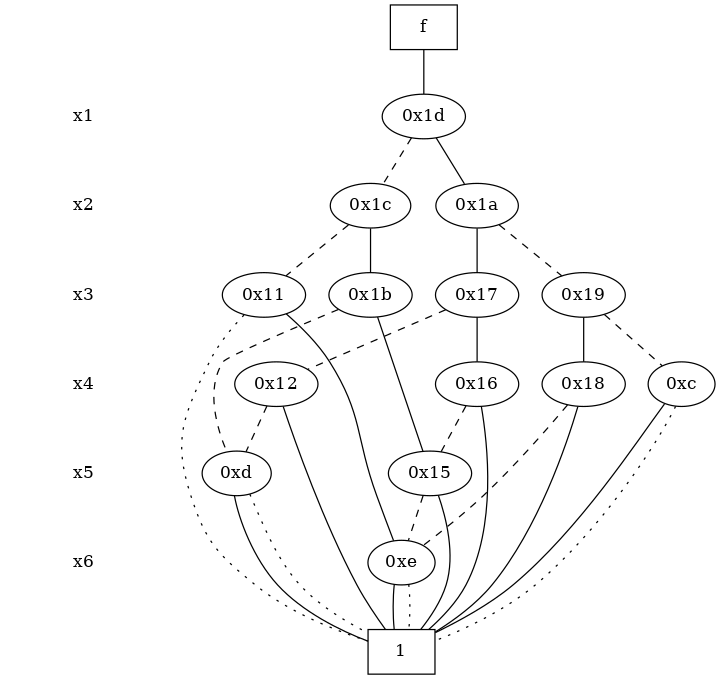
The Graphviz diagram expretest/original_bdd.png in loipsheng/cudd-3.0.0.1, before a commit. Its source is kept beside it as expretest/original_bdd.dot.
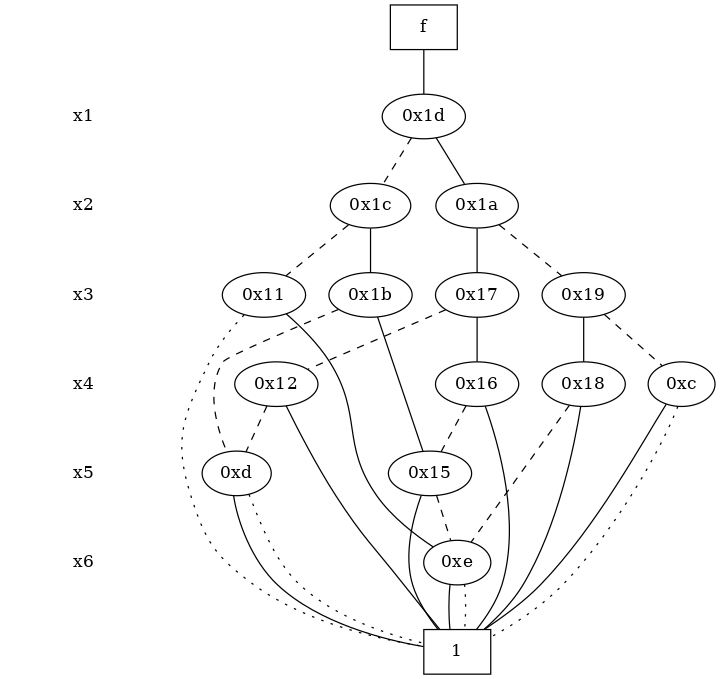
The same diagram one commit later.

Change to the diagram source:
```diff
@@ -17,16 +17,16 @@
 "0x1a";
 }
 { rank = same; " x3 ";
+"0x11";
+"0x19";
 "0x17";
 "0x1b";
-"0x11";
-"0x19";
 }
 { rank = same; " x4 ";
+"0x16";
 "0xc";
 "0x12";
 "0x18";
-"0x16";
 }
 { rank = same; " x5 ";
 "0xd";
@@ -46,22 +46,22 @@
 "0x1c" -> "0x11" [style = dashed];
 "0x1a" -> "0x17";
 "0x1a" -> "0x19" [style = dashed];
+"0x11" -> "0xe";
+"0x11" -> "0x5" [style = dotted];
+"0x19" -> "0x18";
+"0x19" -> "0xc" [style = dashed];
 "0x17" -> "0x16";
 "0x17" -> "0x12" [style = dashed];
 "0x1b" -> "0x15";
 "0x1b" -> "0xd" [style = dashed];
-"0x11" -> "0xe";
-"0x11" -> "0x5" [style = dotted];
-"0x19" -> "0x18";
-"0x19" -> "0xc" [style = dashed];
+"0x16" -> "0x5";
+"0x16" -> "0x15" [style = dashed];
 "0xc" -> "0x5";
 "0xc" -> "0x5" [style = dotted];
 "0x12" -> "0x5";
 "0x12" -> "0xd" [style = dashed];
 "0x18" -> "0x5";
 "0x18" -> "0xe" [style = dashed];
-"0x16" -> "0x5";
-"0x16" -> "0x15" [style = dashed];
 "0xd" -> "0x5";
 "0xd" -> "0x5" [style = dotted];
 "0x15" -> "0x5";
```
